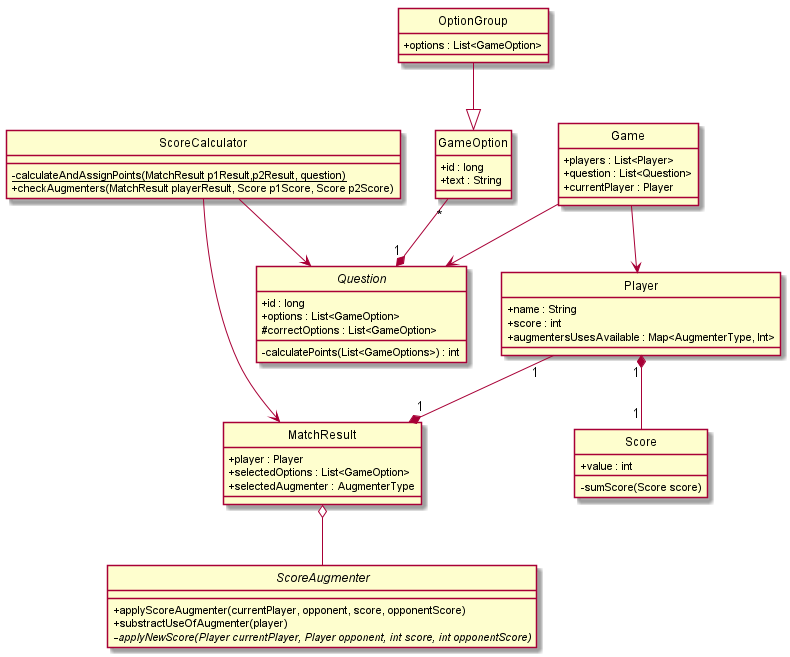
Earlier version of the PlantUML export docs/out/diagramaClases-Principal-TP2/DiagramaUML-Clases-TP2.png (diegosanchez/TP2-Kahoot). Source of this version:
```plantuml
@startuml DiagramaUML-Clases-TP2
hide circle
skinparam classAttributeIconSize 0

abstract Question{
    + id : long
    + options : List<GameOption>
    # correctOptions : List<GameOption>
    - calculatePoints(List<GameOptions>) : int
}

class GameOption{
    + id : long
	+ text : String
}

class OptionGroup{
    + options : List<GameOption>
}

class Score{
    + value : int
    - sumScore(Score score)
}

class Game{
    + players : List<Player>
	+ question : List<Question>
	+ currentPlayer : Player
}

class MatchResult{
    + player : Player
	+ selectedOptions : List<GameOption>
	+ selectedAugmenter : AugmenterType
}

class ScoreCalculator{
    - {static} calculateAndAssignPoints(MatchResult p1Result,p2Result, question)
	+ checkAugmenters(MatchResult playerResult, Score p1Score, Score p2Score)
}

class Player{
    + name : String
	+ score : int
	+ augmentersUsesAvailable : Map<AugmenterType, Int>
}

abstract ScoreAugmenter{
    + applyScoreAugmenter(currentPlayer, opponent, score, opponentScore)
    + substractUseOfAugmenter(player)
    - {abstract}applyNewScore(Player currentPlayer, Player opponent, int score, int opponentScore)
}


Game  --down>  Question
Game --down>  Player

OptionGroup --|> GameOption

ScoreCalculator --right> MatchResult
ScoreCalculator --> Question

MatchResult "1"*--up"1" Player
MatchResult o-- ScoreAugmenter

Player "1"*--"1" Score

Question "1"*--up"*" GameOption

@enduml
```
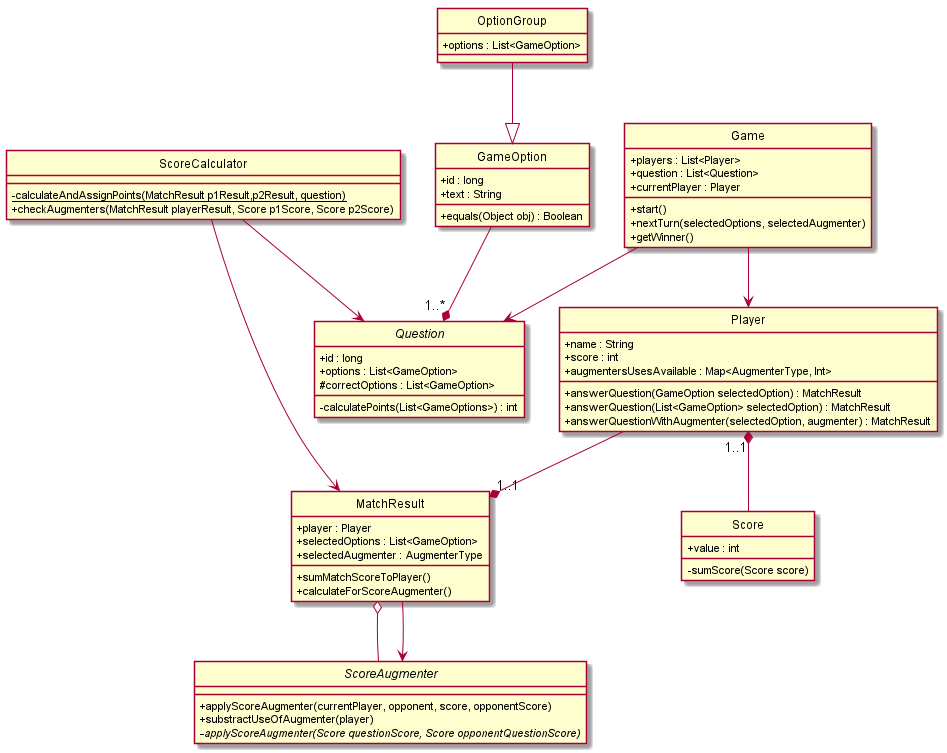
The same file after the commit.

Commit message:
Actualización Diagrama de Clases

Change to the diagram source:
```diff
@@ -12,6 +12,7 @@
 class GameOption{
     + id : long
 	+ text : String
+    + equals(Object obj) : Boolean
 }
 
 class OptionGroup{
@@ -27,12 +28,17 @@
     + players : List<Player>
 	+ question : List<Question>
 	+ currentPlayer : Player
+    + start()
+    + nextTurn(selectedOptions, selectedAugmenter)
+    + getWinner()
 }
 
 class MatchResult{
     + player : Player
 	+ selectedOptions : List<GameOption>
 	+ selectedAugmenter : AugmenterType
+    + sumMatchScoreToPlayer()
+    + calculateForScoreAugmenter()
 }
 
 class ScoreCalculator{
@@ -44,12 +50,15 @@
     + name : String
 	+ score : int
 	+ augmentersUsesAvailable : Map<AugmenterType, Int>
+    + answerQuestion(GameOption selectedOption) : MatchResult
+    + answerQuestion(List<GameOption> selectedOption) : MatchResult
+    + answerQuestionWithAugmenter(selectedOption, augmenter) : MatchResult
 }
 
 abstract ScoreAugmenter{
     + applyScoreAugmenter(currentPlayer, opponent, score, opponentScore)
     + substractUseOfAugmenter(player)
-    - {abstract}applyNewScore(Player currentPlayer, Player opponent, int score, int opponentScore)
+    - {abstract}applyScoreAugmenter(Score questionScore, Score opponentQuestionScore)
 }
 
 
@@ -61,11 +70,12 @@
 ScoreCalculator --right> MatchResult
 ScoreCalculator --> Question
 
-MatchResult "1"*--up"1" Player
+MatchResult "1..1"*--up Player
 MatchResult o-- ScoreAugmenter
+MatchResult --> ScoreAugmenter
 
-Player "1"*--"1" Score
+Player "1..1"*-- Score
 
-Question "1"*--up"*" GameOption
+Question "1..*"*--up GameOption
 
 @enduml
```
